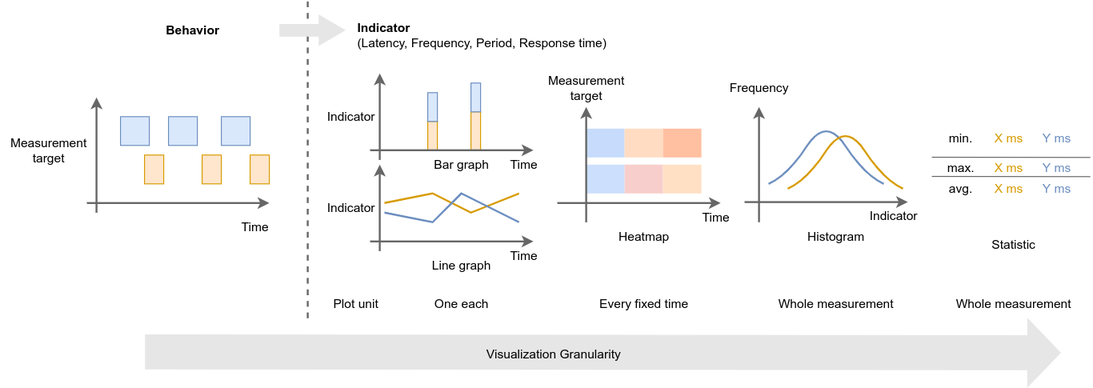
This is docs/imgs/visualization_granularity.drawio.png from tier4/caret_doc, a draw.io export, as it was before one commit. Source tidied: cells renumbered, new cells last; positions are measured from the earlier drawing's top-left corner, leaving out a move shared by most shapes.
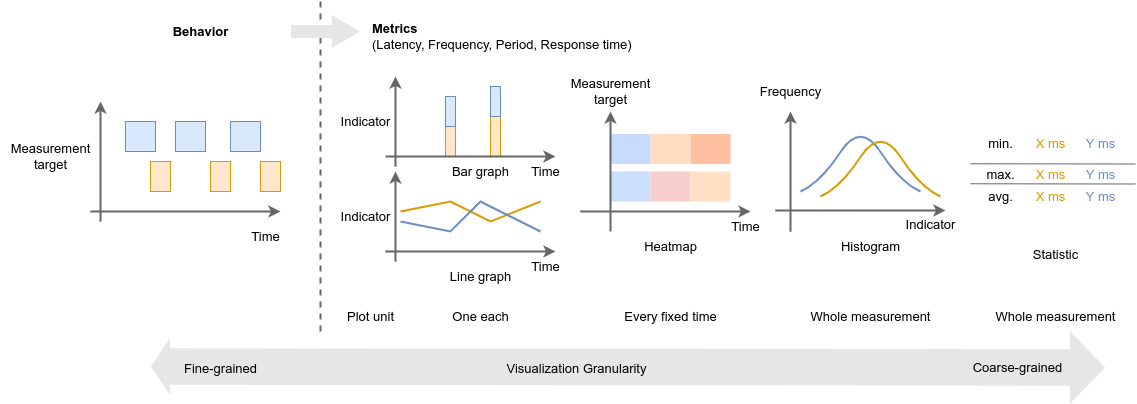
After the change.

Commit message:
address comments visualization_granularity.drawio.png

Diff of the diagram source:
```diff
@@ -2,7 +2,7 @@
   <root>
     <mxCell id="0" />
     <mxCell id="1" parent="0" />
-    <mxCell id="2" style="shape=flexArrow;endArrow=classic;html=1;rounded=0;strokeColor=none;strokeWidth=1;fontSize=13;fontColor=#D79B00;width=36.4;endSize=11.365517241379312;endWidth=35.58620689655173;fillColor=#E6E6E6;" parent="1" edge="1">
+    <mxCell id="2" style="shape=flexArrow;endArrow=classic;html=1;rounded=0;strokeColor=none;strokeWidth=1;fontSize=13;fontColor=#D79B00;width=36.4;endSize=11.365517241379312;endWidth=35.58620689655173;fillColor=#E6E6E6;startArrow=block;" parent="1" edge="1">
       <mxGeometry relative="1" as="geometry">
         <mxPoint x="150" y="365" as="sourcePoint" />
         <mxPoint x="1105" y="366" as="targetPoint" />
@@ -43,7 +43,7 @@
     <mxCell id="8" value="&lt;b&gt;Behavior&lt;/b&gt;" style="text;html=1;align=center;verticalAlign=middle;strokeColor=none;fillColor=none;fontSize=13;" parent="1" vertex="1">
       <mxGeometry x="160" y="15" width="80" height="30" as="geometry" />
     </mxCell>
-    <mxCell id="9" value="&lt;b&gt;Indicator&lt;/b&gt;&lt;br&gt;(Latency, Frequency, Period, Response time)" style="text;html=1;align=left;verticalAlign=middle;strokeColor=none;fillColor=none;fontSize=13;" parent="1" vertex="1">
+    <mxCell id="9" value="&lt;b&gt;Metrics&lt;br&gt;&lt;/b&gt;(Latency, Frequency, Period, Response time)" style="text;html=1;align=left;verticalAlign=middle;strokeColor=none;fillColor=none;fontSize=13;" parent="1" vertex="1">
       <mxGeometry x="370" y="15" width="280" height="40" as="geometry" />
     </mxCell>
     <mxCell id="10" value="Bar graph" style="text;html=1;align=center;verticalAlign=middle;strokeColor=none;fillColor=none;fontSize=13;" parent="1" vertex="1">
@@ -287,5 +287,11 @@
     <mxCell id="71" value="Y ms" style="text;html=1;align=center;verticalAlign=middle;strokeColor=none;fillColor=none;fontSize=13;spacing=3;fontColor=#6C8EBF;" parent="68" vertex="1">
       <mxGeometry x="100" width="50" height="30" as="geometry" />
     </mxCell>
+    <mxCell id="72" value="Fine-grained" style="text;html=1;align=center;verticalAlign=middle;strokeColor=none;fillColor=none;fontSize=13;" parent="1" vertex="1">
+      <mxGeometry x="170" y="352" width="100" height="30" as="geometry" />
+    </mxCell>
+    <mxCell id="73" value="Coarse-grained" style="text;html=1;align=center;verticalAlign=middle;strokeColor=none;fillColor=none;fontSize=13;" parent="1" vertex="1">
+      <mxGeometry x="962" y="351" width="110" height="30" as="geometry" />
+    </mxCell>
   </root>
 </mxGraphModel>
```
